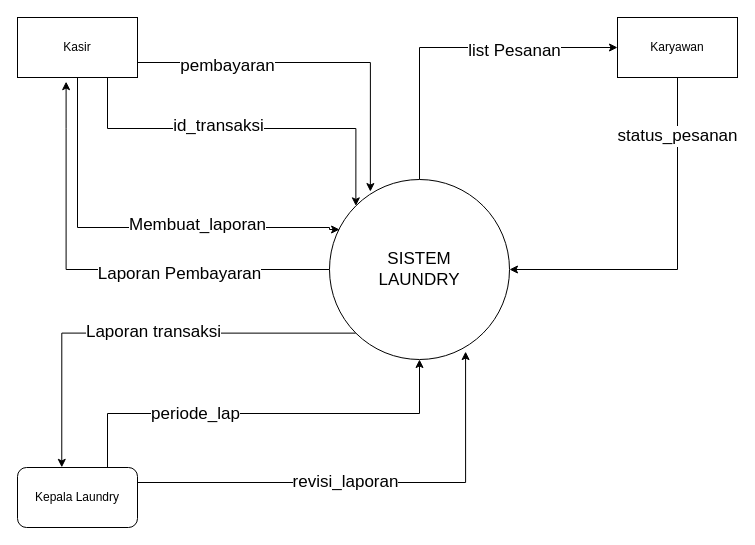
Above: page "Page-1" (1 of 5) of Diagram Tanpa Judul.drawio in OkyErsan24/pesan_bioskop (draw.io), before the change. Source tidied: cells renumbered, new cells numbered last; positions are measured from the earlier drawing's top-left corner, leaving out a move shared by most shapes. Both pictures are drawn from the tidied source at 100%, with x=0, y=0 at pixel (17, 17).
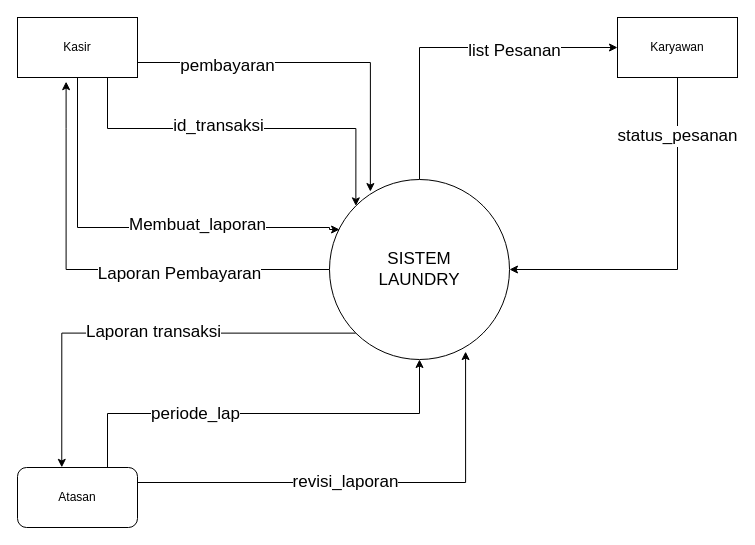
The same diagram, later.

What changed in the source:
```diff
@@
-    <mxCell id="23" value="Kepala Laundry" style="rounded=1;whiteSpace=wrap;html=1;" parent="1" vertex="1">
+    <mxCell id="23" value="Atasan" style="rounded=1;whiteSpace=wrap;html=1;" parent="1" vertex="1">
       <mxGeometry y="450" width="120" height="60" as="geometry" />
     </mxCell>
```
